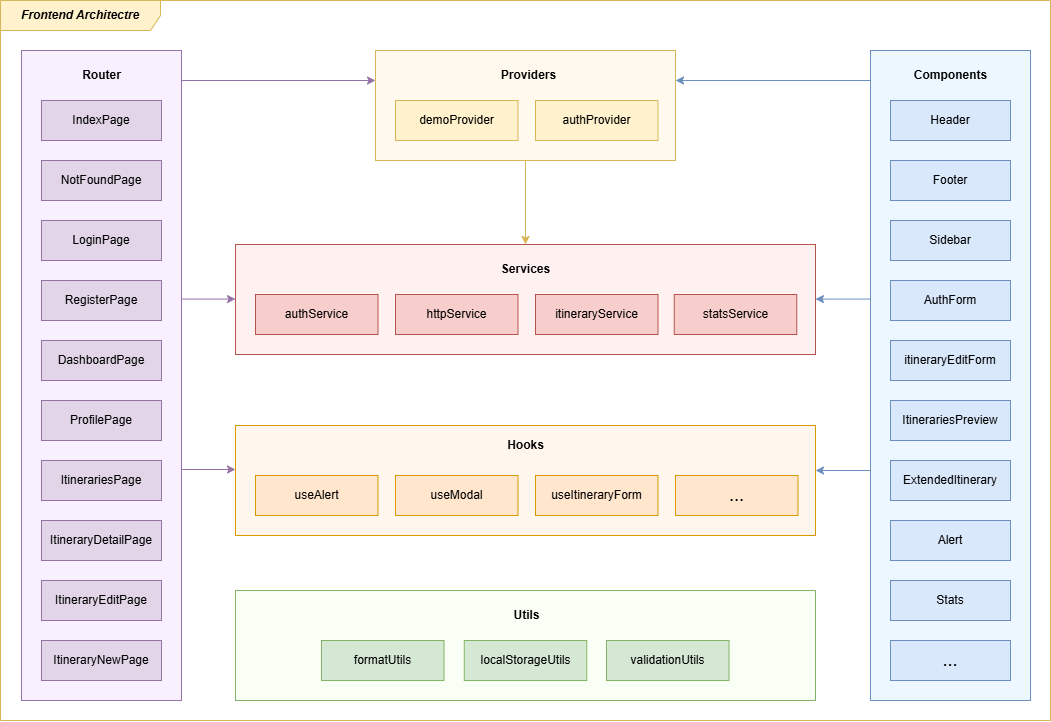
The draw.io diagram docs/diagrams/png/architecture-frontend.png in akhil32983/TRIP-FLOW, before a commit. Source tidied: cells renumbered, new cells last; positions are measured from the earlier drawing's top-left corner, leaving out a move shared by most shapes.
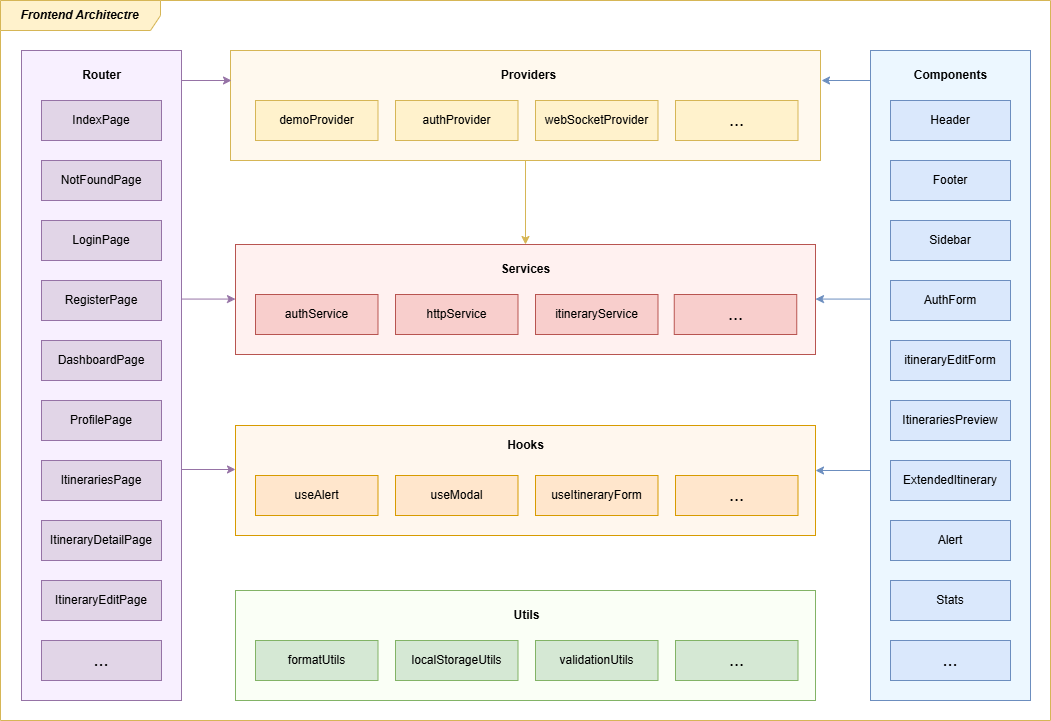
After the change.

What changed in the source:
```diff
@@ -9,18 +9,18 @@
       <mxGeometry x="235" y="425" width="580" height="110" as="geometry" />
     </mxCell>
     <mxCell id="4" style="rounded=0;whiteSpace=wrap;html=1;fillColor=#FFF9EE;strokeColor=#d6b656;" parent="2" vertex="1">
-      <mxGeometry x="375" y="50" width="300" height="110" as="geometry" />
+      <mxGeometry x="230" y="50" width="590" height="110" as="geometry" />
     </mxCell>
     <mxCell id="5" style="rounded=0;whiteSpace=wrap;html=1;fillColor=#FFF1F0;strokeColor=#b85450;" parent="2" vertex="1">
       <mxGeometry x="235" y="244" width="580" height="110" as="geometry" />
     </mxCell>
     <mxCell id="6" value="authProvider" style="rounded=0;whiteSpace=wrap;html=1;fillColor=#fff2cc;strokeColor=#d6b656;" parent="2" vertex="1">
-      <mxGeometry x="535" y="100" width="122.5" height="40" as="geometry" />
+      <mxGeometry x="395" y="100" width="122.5" height="40" as="geometry" />
     </mxCell>
     <mxCell id="7" value="demoProvider" style="rounded=0;whiteSpace=wrap;html=1;fillColor=#fff2cc;strokeColor=#d6b656;" parent="2" vertex="1">
-      <mxGeometry x="395" y="100" width="122.5" height="40" as="geometry" />
+      <mxGeometry x="255" y="100" width="122.5" height="40" as="geometry" />
     </mxCell>
-    <mxCell id="8" value="statsService" style="rounded=0;whiteSpace=wrap;html=1;fillColor=#f8cecc;strokeColor=#b85450;" parent="2" vertex="1">
+    <mxCell id="8" value="&lt;span style=&quot;font-size: 18px;&quot;&gt;...&lt;/span&gt;" style="rounded=0;whiteSpace=wrap;html=1;fillColor=#f8cecc;strokeColor=#b85450;" parent="2" vertex="1">
       <mxGeometry x="673.8" y="294" width="122.5" height="40" as="geometry" />
     </mxCell>
     <mxCell id="9" value="itineraryService" style="rounded=0;whiteSpace=wrap;html=1;fillColor=#f8cecc;strokeColor=#b85450;" parent="2" vertex="1">
@@ -59,10 +59,10 @@
     <mxCell id="20" value="&lt;b&gt;Providers&lt;/b&gt;" style="text;html=1;align=center;verticalAlign=middle;strokeColor=none;fillColor=none;" parent="2" vertex="1">
       <mxGeometry x="487.5" y="60" width="80" height="30" as="geometry" />
     </mxCell>
-    <mxCell id="21" style="endArrow=classic;html=1;exitX=1;exitY=0;exitDx=0;exitDy=0;entryX=0;entryY=0;entryDx=0;entryDy=0;strokeColor=#9673a6;fillColor=#e1d5e7;" parent="2" edge="1">
+    <mxCell id="21" style="endArrow=classic;html=1;exitX=1;exitY=0;exitDx=0;exitDy=0;strokeColor=#9673a6;fillColor=#e1d5e7;" parent="2" edge="1">
       <mxGeometry relative="1" as="geometry">
         <mxPoint x="180" y="80" as="sourcePoint" />
-        <mxPoint x="375" y="80" as="targetPoint" />
+        <mxPoint x="231" y="80" as="targetPoint" />
       </mxGeometry>
     </mxCell>
     <mxCell id="22" style="endArrow=classic;html=1;exitX=1;exitY=0;exitDx=0;exitDy=0;entryX=0;entryY=0;entryDx=0;entryDy=0;strokeColor=#9673a6;fillColor=#e1d5e7;" parent="2" edge="1">
@@ -71,10 +71,10 @@
         <mxPoint x="235" y="298.6" as="targetPoint" />
       </mxGeometry>
     </mxCell>
-    <mxCell id="23" style="endArrow=classic;html=1;exitX=0;exitY=0;exitDx=0;exitDy=0;strokeColor=#6c8ebf;fillColor=#dae8fc;entryX=1;entryY=0;entryDx=0;entryDy=0;" parent="2" edge="1">
+    <mxCell id="23" style="endArrow=classic;html=1;exitX=0;exitY=0;exitDx=0;exitDy=0;strokeColor=#6c8ebf;fillColor=#dae8fc;" parent="2" edge="1">
       <mxGeometry relative="1" as="geometry">
         <mxPoint x="870" y="80" as="sourcePoint" />
-        <mxPoint x="675" y="80" as="targetPoint" />
+        <mxPoint x="821" y="80" as="targetPoint" />
       </mxGeometry>
     </mxCell>
     <mxCell id="24" style="endArrow=classic;html=1;entryX=1;entryY=0;entryDx=0;entryDy=0;strokeColor=#6c8ebf;fillColor=#dae8fc;" parent="2" edge="1">
@@ -132,17 +132,26 @@
       <mxGeometry x="235" y="590" width="580" height="110" as="geometry" />
     </mxCell>
     <mxCell id="39" value="formatUtils" style="rounded=0;whiteSpace=wrap;html=1;fillColor=#d5e8d4;strokeColor=#82b366;" parent="2" vertex="1">
-      <mxGeometry x="321" y="640" width="122.5" height="40" as="geometry" />
+      <mxGeometry x="255" y="640" width="122.5" height="40" as="geometry" />
     </mxCell>
     <mxCell id="40" value="localStorageUtils" style="rounded=0;whiteSpace=wrap;html=1;fillColor=#d5e8d4;strokeColor=#82b366;" parent="2" vertex="1">
-      <mxGeometry x="463.8" y="640" width="122.5" height="40" as="geometry" />
+      <mxGeometry x="395" y="640" width="122.5" height="40" as="geometry" />
     </mxCell>
     <mxCell id="41" value="validationUtils" style="rounded=0;whiteSpace=wrap;html=1;fillColor=#d5e8d4;strokeColor=#82b366;" parent="2" vertex="1">
-      <mxGeometry x="606" y="640" width="122.5" height="40" as="geometry" />
+      <mxGeometry x="535" y="640" width="122.5" height="40" as="geometry" />
     </mxCell>
     <mxCell id="42" value="&lt;b&gt;Utils&lt;/b&gt;" style="text;html=1;align=center;verticalAlign=middle;strokeColor=none;fillColor=none;" parent="2" vertex="1">
       <mxGeometry x="501" y="600" width="50" height="30" as="geometry" />
     </mxCell>
+    <mxCell id="55" value="&lt;span style=&quot;font-size: 18px;&quot;&gt;...&lt;/span&gt;" style="rounded=0;whiteSpace=wrap;html=1;fillColor=#d5e8d4;strokeColor=#82b366;" parent="2" vertex="1">
+      <mxGeometry x="675" y="640" width="122.5" height="40" as="geometry" />
+    </mxCell>
+    <mxCell id="56" value="webSocketProvider" style="rounded=0;whiteSpace=wrap;html=1;fillColor=#fff2cc;strokeColor=#d6b656;" parent="2" vertex="1">
+      <mxGeometry x="535" y="100" width="122.5" height="40" as="geometry" />
+    </mxCell>
+    <mxCell id="57" value="&lt;span style=&quot;font-size: 18px;&quot;&gt;...&lt;/span&gt;" style="rounded=0;whiteSpace=wrap;html=1;fillColor=#fff2cc;strokeColor=#d6b656;" parent="2" vertex="1">
+      <mxGeometry x="675" y="100" width="122.5" height="40" as="geometry" />
+    </mxCell>
     <mxCell id="43" style="rounded=0;whiteSpace=wrap;html=1;fillColor=#F8F0FF;strokeColor=#9673a6;" parent="1" vertex="1">
       <mxGeometry x="21" y="50" width="160" height="650" as="geometry" />
     </mxCell>
@@ -173,7 +182,7 @@
     <mxCell id="52" value="ItineraryEditPage" style="rounded=0;whiteSpace=wrap;html=1;fillColor=#e1d5e7;strokeColor=#9673a6;" parent="1" vertex="1">
       <mxGeometry x="41" y="580" width="120" height="40" as="geometry" />
     </mxCell>
-    <mxCell id="53" value="ItineraryNewPage" style="rounded=0;whiteSpace=wrap;html=1;fillColor=#e1d5e7;strokeColor=#9673a6;" parent="1" vertex="1">
+    <mxCell id="53" value="&lt;span style=&quot;font-size: 18px;&quot;&gt;...&lt;/span&gt;" style="rounded=0;whiteSpace=wrap;html=1;fillColor=#e1d5e7;strokeColor=#9673a6;" parent="1" vertex="1">
       <mxGeometry x="41" y="640" width="120" height="40" as="geometry" />
     </mxCell>
     <mxCell id="54" value="&lt;b&gt;Router&lt;/b&gt;" style="text;html=1;align=center;verticalAlign=middle;strokeColor=none;fillColor=none;" parent="1" vertex="1">
```
